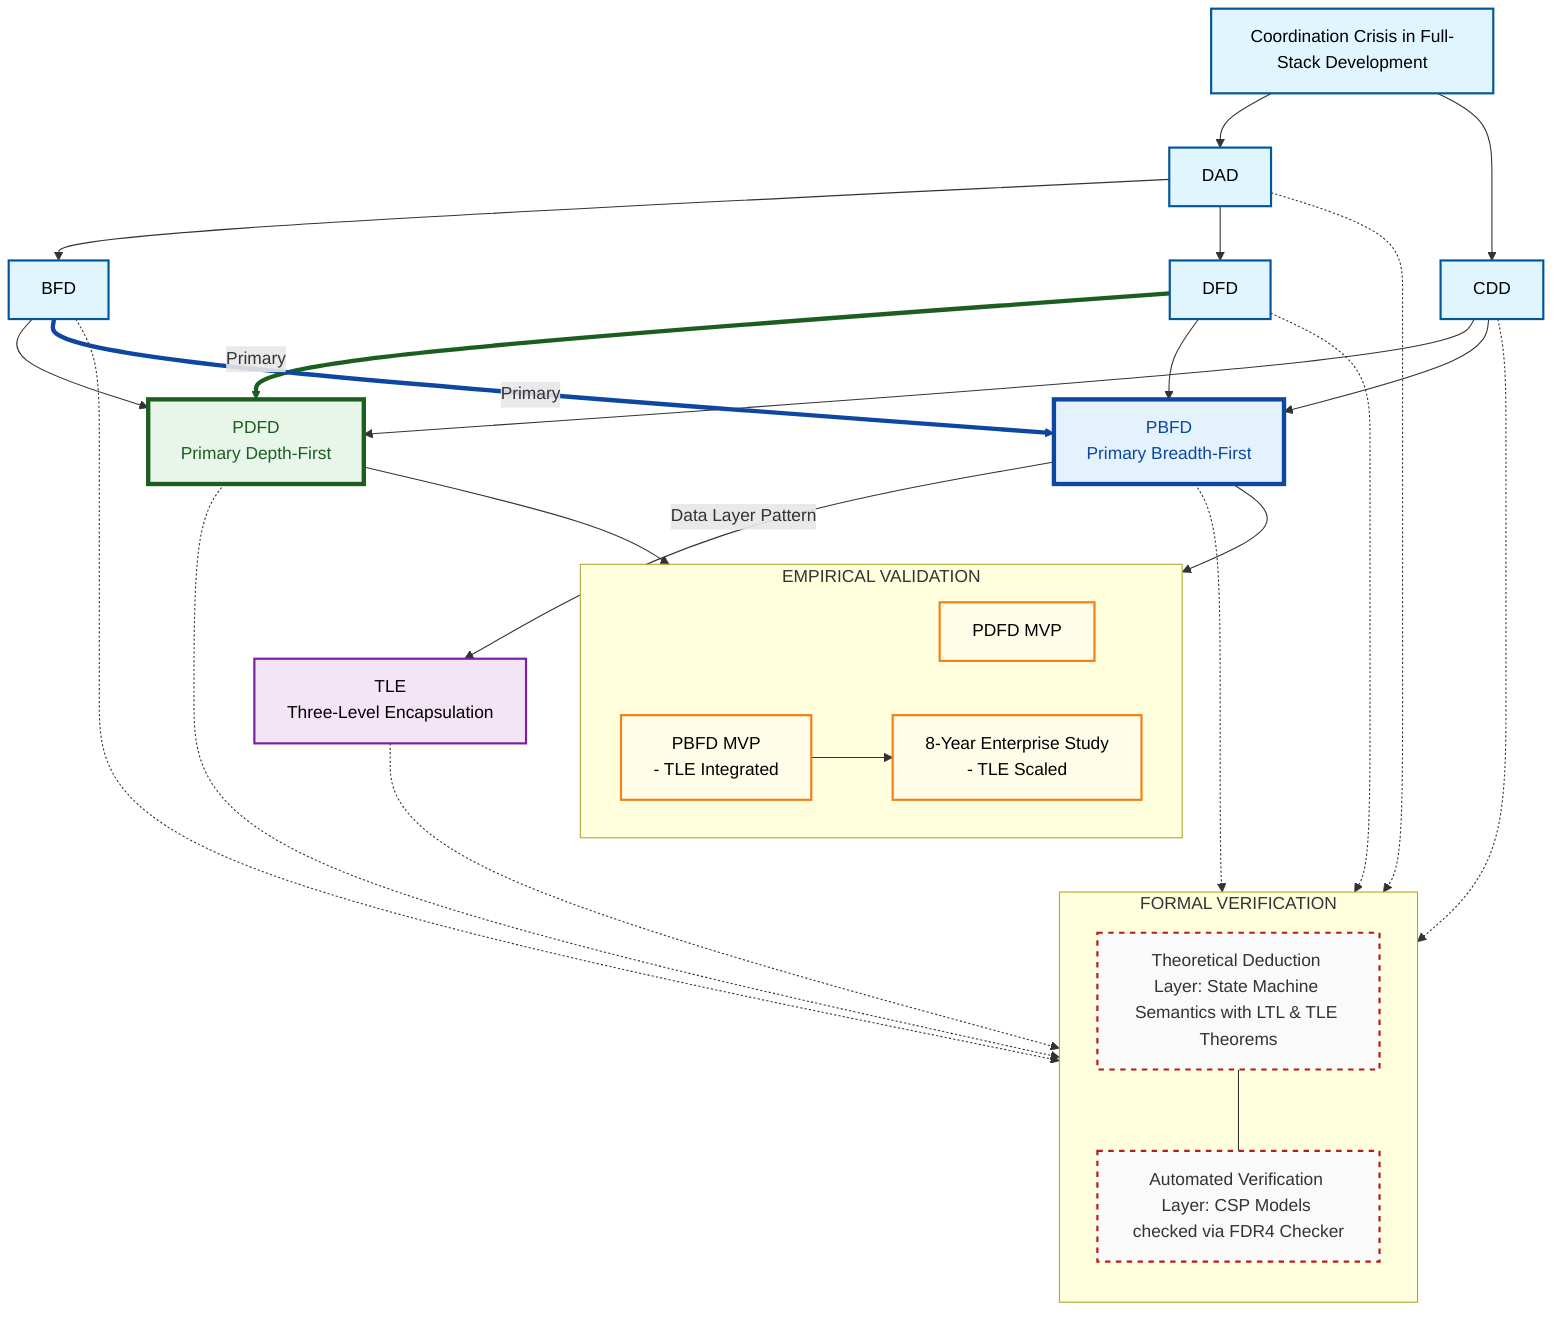
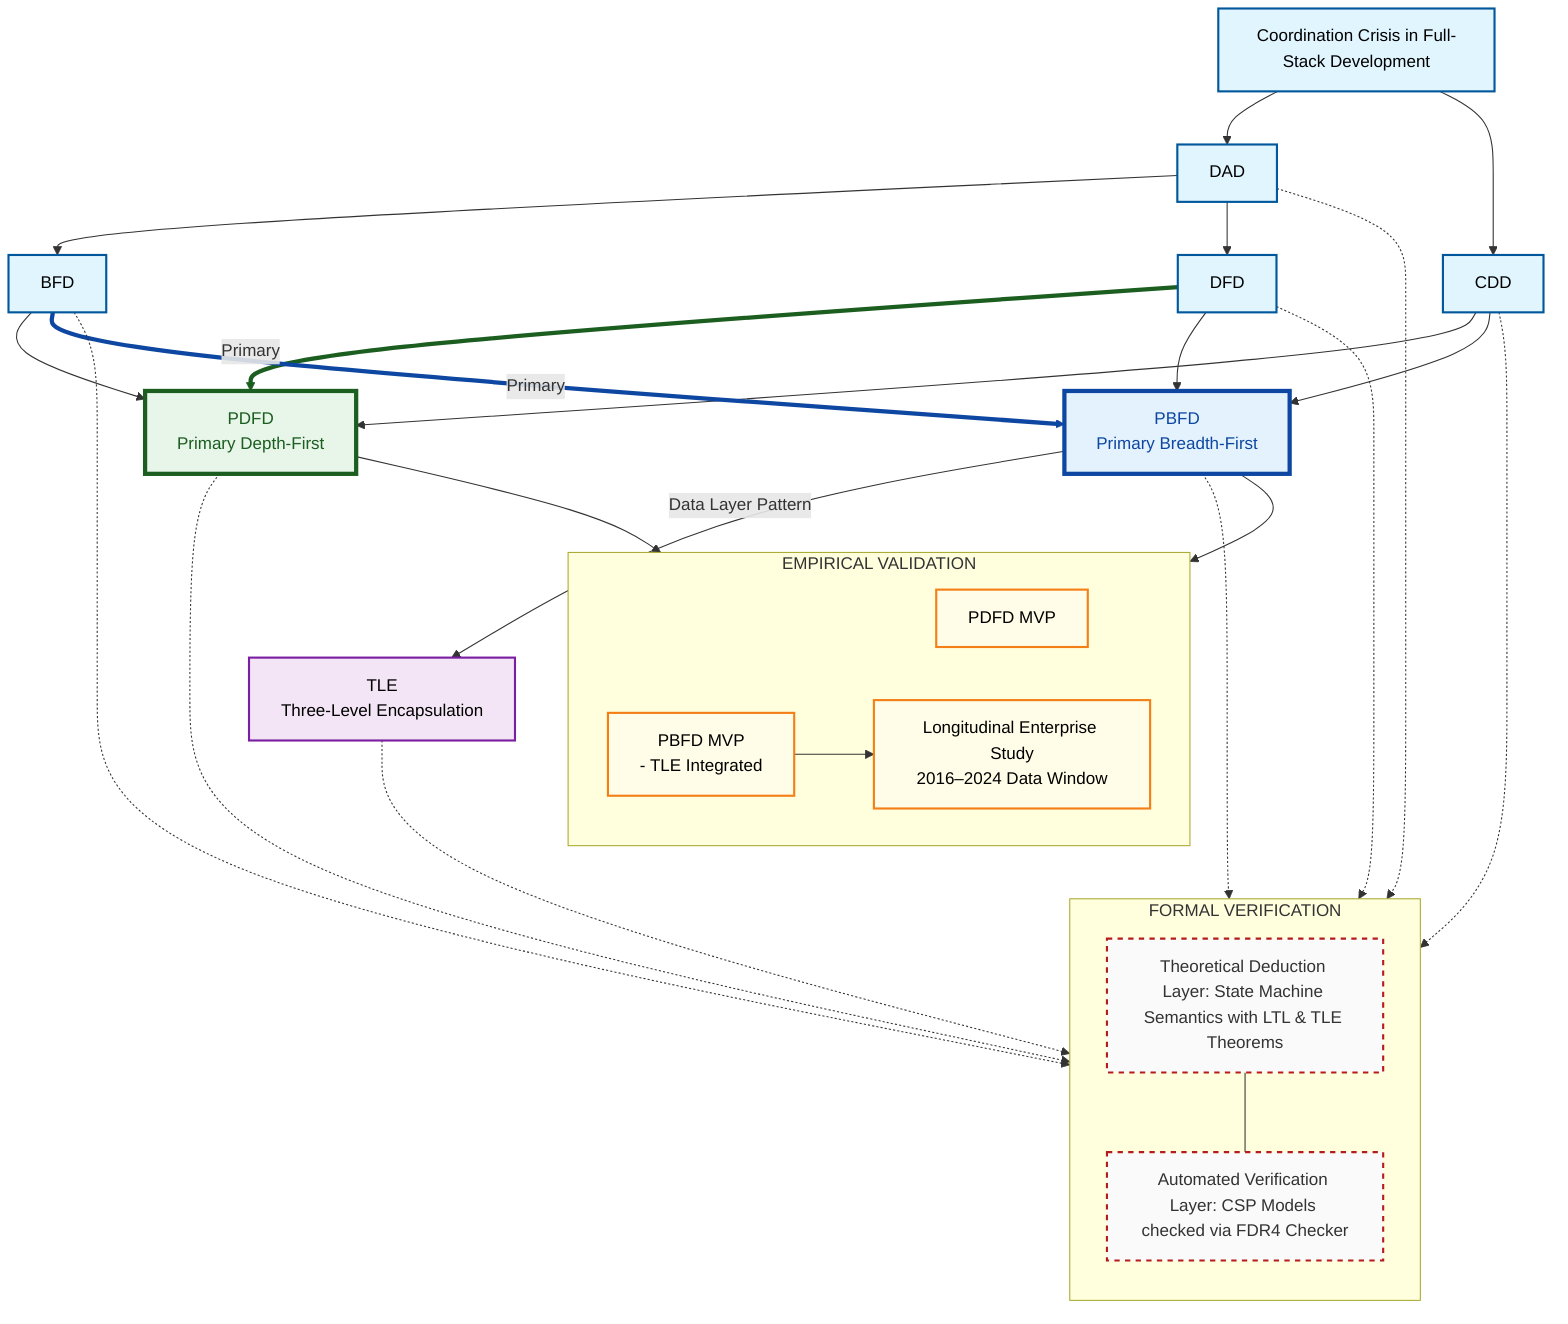
graph TD
    %% --- Definitions and Styling ---
    classDef foundation fill:#E1F5FE,stroke:#01579B,stroke-width:2px,color:#000;
    classDef proposedPBFD fill:#E3F2FD,stroke:#0D47A1,stroke-width:4px,color:#0D47A1;
    classDef proposedPDFD fill:#E8F5E9,stroke:#1B5E20,stroke-width:4px,color:#1B5E20;
    classDef component fill:#F3E5F5,stroke:#7B1FA2,stroke-width:2px,color:#000;
    classDef validation fill:#FFFDE7,stroke:#F57F17,stroke-width:2px,color:#000;
    classDef formal fill:#FAFAFA,stroke:#B71C1C,stroke-width:2px,stroke-dasharray: 5 5;

    %% --- Level 1 & 2: Theoretical Roots ---
    L1[Coordination Crisis in Full-Stack Development]:::foundation
    L1 --> DAD[DAD]:::foundation
    L1 --> CDD[CDD]:::foundation

    %% --- Level 3: Intermediate Models ---
    DAD --> BFD[BFD]:::foundation
    DAD --> DFD[DFD]:::foundation

    %% --- Level 4: Core Methodologies (Strategy) ---
    DFD == "Primary" ==> PDFD[PDFD<br/>Primary Depth-First]:::proposedPDFD
    BFD --> PDFD
    CDD --> PDFD

    BFD == "Primary" ==> PBFD[PBFD<br/>Primary Breadth-First]:::proposedPBFD
    DFD --> PBFD
    CDD --> PBFD

    %% --- Level 5: Implementation Pattern (Data Layer) ---
    PBFD -- "Data Layer Pattern" --> TLE[TLE<br/>Three-Level Encapsulation]:::component

    %% --- Level 6: Empirical Validation ---
    subgraph EVW [EMPIRICAL VALIDATION]
        direction LR
        PdMVP[PDFD MVP]:::validation
        PMVP[PBFD MVP<br/>- TLE Integrated]:::validation
-         PED["8-Year Enterprise Study<br/>- TLE Scaled"]:::validation
+         PED["Longitudinal Enterprise Study<br/>2016–2024 Data Window"]:::validation
        PMVP --> PED
    end

    %% SOLID LINKS
    PDFD --> PdMVP
    PBFD --> PMVP

    %% --- Level 7: Formal Verification Workflow ---
    subgraph FVW [FORMAL VERIFICATION]
        direction TB
        TDL["Theoretical Deduction Layer: State Machine Semantics with LTL & TLE Theorems"]:::formal
        AVL["Automated Verification Layer: CSP Models checked via FDR4 Checker"]:::formal
        TDL --- AVL
    end

    %% Coverage Connections
    DAD & CDD & BFD & DFD -.-> FVW
    PDFD & PBFD & TLE -.-> FVW

    %% Styling Primary Links
    linkStyle 4 stroke:#1B5E20,stroke-width:4px;
    linkStyle 7 stroke:#0D47A1,stroke-width:4px;
